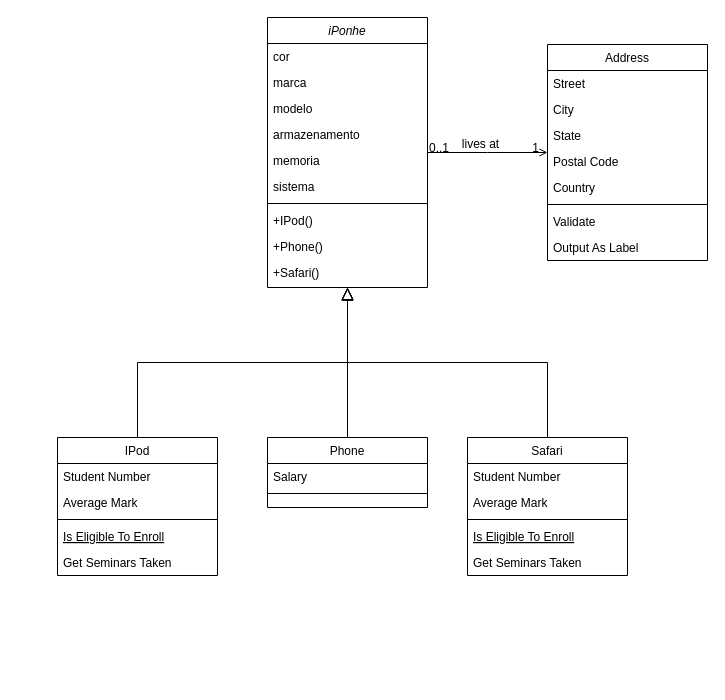
This is Diagrama sem nome.drawio from thiaguinhobyra/desafio-classe-iphone, a draw.io file, before an edit. Source tidied: cells renumbered, new cells numbered last; positions are measured from the earlier drawing's top-left corner, leaving out a move shared by most shapes. Both pictures are drawn from the tidied source at 100%, with x=0, y=0 at pixel (57, 17).
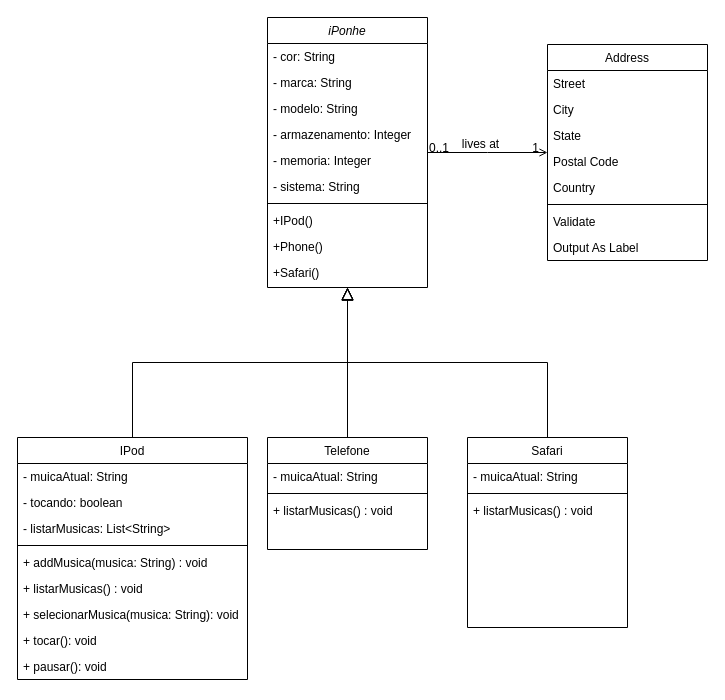
After the change.

The change refers to these unchanged cells:
```xml
<mxCell id="2" value="iPonhe" style="swimlane;fontStyle=2;align=center;verticalAlign=top;horizontal=1;startSize=26;rounded=0;shadow=0;strokeWidth=1;" parent="1" vertex="1">
  <mxGeometry x="210" width="160" height="270" as="geometry" />
</mxCell>
```

Diff of the diagram source:
```diff
@@
-    <mxCell id="3" value="cor" style="text;align=left;verticalAlign=top;spacingLeft=4;spacingRight=4;overflow=hidden;" parent="2" vertex="1">
+    <mxCell id="3" value="- cor: String" style="text;align=left;verticalAlign=top;spacingLeft=4;spacingRight=4;overflow=hidden;" parent="2" vertex="1">
       <mxGeometry y="26" width="160" height="26" as="geometry" />
     </mxCell>
-    <mxCell id="4" value="marca" style="text;align=left;verticalAlign=top;spacingLeft=4;spacingRight=4;overflow=hidden;rounded=0;shadow=0;html=0;" parent="2" vertex="1">
+    <mxCell id="4" value="- marca: String" style="text;align=left;verticalAlign=top;spacingLeft=4;spacingRight=4;overflow=hidden;rounded=0;shadow=0;html=0;" parent="2" vertex="1">
       <mxGeometry y="52" width="160" height="26" as="geometry" />
     </mxCell>
-    <mxCell id="5" value="modelo" style="text;align=left;verticalAlign=top;spacingLeft=4;spacingRight=4;overflow=hidden;rounded=0;shadow=0;html=0;" parent="2" vertex="1">
+    <mxCell id="5" value="- modelo: String" style="text;align=left;verticalAlign=top;spacingLeft=4;spacingRight=4;overflow=hidden;rounded=0;shadow=0;html=0;" parent="2" vertex="1">
       <mxGeometry y="78" width="160" height="26" as="geometry" />
     </mxCell>
-    <mxCell id="6" value="armazenamento" style="text;align=left;verticalAlign=top;spacingLeft=4;spacingRight=4;overflow=hidden;rounded=0;shadow=0;html=0;" parent="2" vertex="1">
+    <mxCell id="6" value="- armazenamento: Integer" style="text;align=left;verticalAlign=top;spacingLeft=4;spacingRight=4;overflow=hidden;rounded=0;shadow=0;html=0;" parent="2" vertex="1">
       <mxGeometry y="104" width="160" height="26" as="geometry" />
     </mxCell>
-    <mxCell id="7" value="memoria" style="text;align=left;verticalAlign=top;spacingLeft=4;spacingRight=4;overflow=hidden;rounded=0;shadow=0;html=0;" parent="2" vertex="1">
+    <mxCell id="7" value="- memoria: Integer" style="text;align=left;verticalAlign=top;spacingLeft=4;spacingRight=4;overflow=hidden;rounded=0;shadow=0;html=0;" parent="2" vertex="1">
       <mxGeometry y="130" width="160" height="26" as="geometry" />
     </mxCell>
-    <mxCell id="8" value="sistema" style="text;align=left;verticalAlign=top;spacingLeft=4;spacingRight=4;overflow=hidden;rounded=0;shadow=0;html=0;" parent="2" vertex="1">
+    <mxCell id="8" value="- sistema: String" style="text;align=left;verticalAlign=top;spacingLeft=4;spacingRight=4;overflow=hidden;rounded=0;shadow=0;html=0;" parent="2" vertex="1">
       <mxGeometry y="156" width="160" height="26" as="geometry" />
     </mxCell>
@@
     <mxCell id="13" value="IPod" style="swimlane;fontStyle=0;align=center;verticalAlign=top;horizontal=1;startSize=26;rounded=0;shadow=0;strokeWidth=1;" parent="1" vertex="1">
-      <mxGeometry y="420" width="160" height="138" as="geometry" />
+      <mxGeometry x="-40" y="420" width="230" height="242" as="geometry" />
     </mxCell>
+    <mxCell id="45" value="- muicaAtual: String" style="text;align=left;verticalAlign=top;spacingLeft=4;spacingRight=4;overflow=hidden;" parent="13" vertex="1">
+      <mxGeometry y="26" width="230" height="26" as="geometry" />
+    </mxCell>
+    <mxCell id="46" value="- tocando: boolean" style="text;align=left;verticalAlign=top;spacingLeft=4;spacingRight=4;overflow=hidden;" parent="13" vertex="1">
+      <mxGeometry y="52" width="230" height="26" as="geometry" />
+    </mxCell>
+    <mxCell id="18" value="- listarMusicas: List&lt;String&gt;" style="text;align=left;verticalAlign=top;spacingLeft=4;spacingRight=4;overflow=hidden;" parent="13" vertex="1">
+      <mxGeometry y="78" width="230" height="26" as="geometry" />
+    </mxCell>
+    <mxCell id="16" style="line;html=1;strokeWidth=1;align=left;verticalAlign=middle;spacingTop=-1;spacingLeft=3;spacingRight=3;labelPosition=right;" parent="13" vertex="1">
+      <mxGeometry y="104" width="230" height="8" as="geometry" />
+    </mxCell>
+    <mxCell id="47" value="+ addMusica(musica: String) : void" style="text;align=left;verticalAlign=top;spacingLeft=4;spacingRight=4;overflow=hidden;rounded=0;shadow=0;html=0;" parent="13" vertex="1">
+      <mxGeometry y="112" width="230" height="26" as="geometry" />
+    </mxCell>
+    <mxCell id="48" value="+ listarMusicas() : void" style="text;align=left;verticalAlign=top;spacingLeft=4;spacingRight=4;overflow=hidden;rounded=0;shadow=0;html=0;" parent="13" vertex="1">
+      <mxGeometry y="138" width="230" height="26" as="geometry" />
+    </mxCell>
+    <mxCell id="49" value="+ selecionarMusica(musica: String): void" style="text;align=left;verticalAlign=top;spacingLeft=4;spacingRight=4;overflow=hidden;rounded=0;shadow=0;html=0;" parent="13" vertex="1">
+      <mxGeometry y="164" width="230" height="26" as="geometry" />
+    </mxCell>
-    <mxCell id="14" value="Student Number" style="text;align=left;verticalAlign=top;spacingLeft=4;spacingRight=4;overflow=hidden;" parent="13" vertex="1">
-      <mxGeometry y="26" width="160" height="26" as="geometry" />
+    <mxCell id="14" value="+ tocar(): void" style="text;align=left;verticalAlign=top;spacingLeft=4;spacingRight=4;overflow=hidden;" parent="13" vertex="1">
+      <mxGeometry y="190" width="230" height="26" as="geometry" />
     </mxCell>
-    <mxCell id="15" value="Average Mark" style="text;align=left;verticalAlign=top;spacingLeft=4;spacingRight=4;overflow=hidden;rounded=0;shadow=0;html=0;" parent="13" vertex="1">
-      <mxGeometry y="52" width="160" height="26" as="geometry" />
+    <mxCell id="15" value="+ pausar(): void" style="text;align=left;verticalAlign=top;spacingLeft=4;spacingRight=4;overflow=hidden;rounded=0;shadow=0;html=0;" parent="13" vertex="1">
+      <mxGeometry y="216" width="230" height="26" as="geometry" />
     </mxCell>
-    <mxCell id="16" style="line;html=1;strokeWidth=1;align=left;verticalAlign=middle;spacingTop=-1;spacingLeft=3;spacingRight=3;labelPosition=right;" parent="13" vertex="1">
-      <mxGeometry y="78" width="160" height="8" as="geometry" />
-    </mxCell>
-    <mxCell id="17" value="Is Eligible To Enroll" style="text;align=left;verticalAlign=top;spacingLeft=4;spacingRight=4;overflow=hidden;fontStyle=4;" parent="13" vertex="1">
-      <mxGeometry y="86" width="160" height="26" as="geometry" />
-    </mxCell>
-    <mxCell id="18" value="Get Seminars Taken" style="text;align=left;verticalAlign=top;spacingLeft=4;spacingRight=4;overflow=hidden;" parent="13" vertex="1">
-      <mxGeometry y="112" width="160" height="26" as="geometry" />
-    </mxCell>
@@
-    <mxCell id="20" value="Phone" style="swimlane;fontStyle=0;align=center;verticalAlign=top;horizontal=1;startSize=26;rounded=0;shadow=0;strokeWidth=1;" parent="1" vertex="1">
-      <mxGeometry x="210" y="420" width="160" height="70" as="geometry" />
+    <mxCell id="20" value="Telefone" style="swimlane;fontStyle=0;align=center;verticalAlign=top;horizontal=1;startSize=26;rounded=0;shadow=0;strokeWidth=1;" parent="1" vertex="1">
+      <mxGeometry x="210" y="420" width="160" height="112" as="geometry" />
     </mxCell>
-    <mxCell id="21" value="Salary" style="text;align=left;verticalAlign=top;spacingLeft=4;spacingRight=4;overflow=hidden;" parent="20" vertex="1">
-      <mxGeometry y="26" width="160" height="26" as="geometry" />
-    </mxCell>
+    <mxCell id="50" value="- muicaAtual: String" style="text;align=left;verticalAlign=top;spacingLeft=4;spacingRight=4;overflow=hidden;" parent="20" vertex="1">
+      <mxGeometry y="26" width="160" height="26" as="geometry" />
+    </mxCell>
@@
+    <mxCell id="51" value="+ listarMusicas() : void" style="text;align=left;verticalAlign=top;spacingLeft=4;spacingRight=4;overflow=hidden;rounded=0;shadow=0;html=0;" parent="20" vertex="1">
+      <mxGeometry y="60" width="160" height="26" as="geometry" />
+    </mxCell>
@@
     <mxCell id="37" value="Safari" style="swimlane;fontStyle=0;align=center;verticalAlign=top;horizontal=1;startSize=26;rounded=0;shadow=0;strokeWidth=1;" parent="1" vertex="1">
-      <mxGeometry x="410" y="420" width="160" height="138" as="geometry" />
+      <mxGeometry x="410" y="420" width="160" height="190" as="geometry" />
     </mxCell>
-    <mxCell id="38" value="Student Number" style="text;align=left;verticalAlign=top;spacingLeft=4;spacingRight=4;overflow=hidden;" parent="37" vertex="1">
-      <mxGeometry y="26" width="160" height="26" as="geometry" />
-    </mxCell>
-    <mxCell id="39" value="Average Mark" style="text;align=left;verticalAlign=top;spacingLeft=4;spacingRight=4;overflow=hidden;rounded=0;shadow=0;html=0;" parent="37" vertex="1">
-      <mxGeometry y="52" width="160" height="26" as="geometry" />
-    </mxCell>
+    <mxCell id="52" value="- muicaAtual: String" style="text;align=left;verticalAlign=top;spacingLeft=4;spacingRight=4;overflow=hidden;" parent="37" vertex="1">
+      <mxGeometry y="26" width="160" height="26" as="geometry" />
+    </mxCell>
     <mxCell id="40" style="line;html=1;strokeWidth=1;align=left;verticalAlign=middle;spacingTop=-1;spacingLeft=3;spacingRight=3;labelPosition=right;" parent="37" vertex="1">
-      <mxGeometry y="78" width="160" height="8" as="geometry" />
+      <mxGeometry y="52" width="160" height="8" as="geometry" />
     </mxCell>
-    <mxCell id="41" value="Is Eligible To Enroll" style="text;align=left;verticalAlign=top;spacingLeft=4;spacingRight=4;overflow=hidden;fontStyle=4;" parent="37" vertex="1">
-      <mxGeometry y="86" width="160" height="26" as="geometry" />
-    </mxCell>
-    <mxCell id="42" value="Get Seminars Taken" style="text;align=left;verticalAlign=top;spacingLeft=4;spacingRight=4;overflow=hidden;" parent="37" vertex="1">
-      <mxGeometry y="112" width="160" height="26" as="geometry" />
-    </mxCell>
+    <mxCell id="53" value="+ listarMusicas() : void" style="text;align=left;verticalAlign=top;spacingLeft=4;spacingRight=4;overflow=hidden;rounded=0;shadow=0;html=0;" parent="37" vertex="1">
+      <mxGeometry y="60" width="160" height="26" as="geometry" />
+    </mxCell>
```
